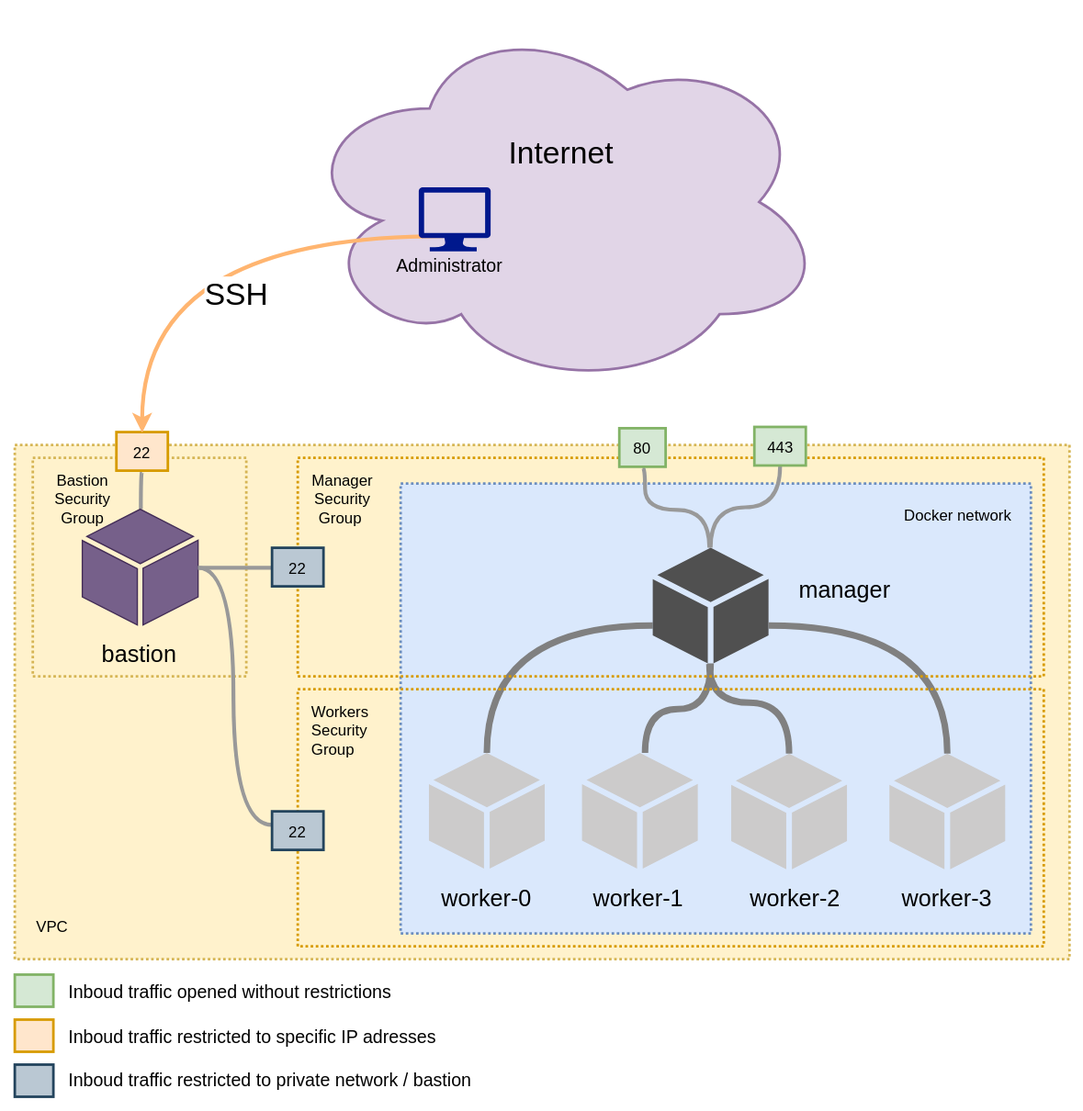
This is docs/assets/bastion-architecture.svg from kalisio/kaabah, a draw.io export, as it was before one commit. Source tidied: cells renumbered, new cells last; positions are measured from the earlier drawing's top-left corner, leaving out a move shared by most shapes.
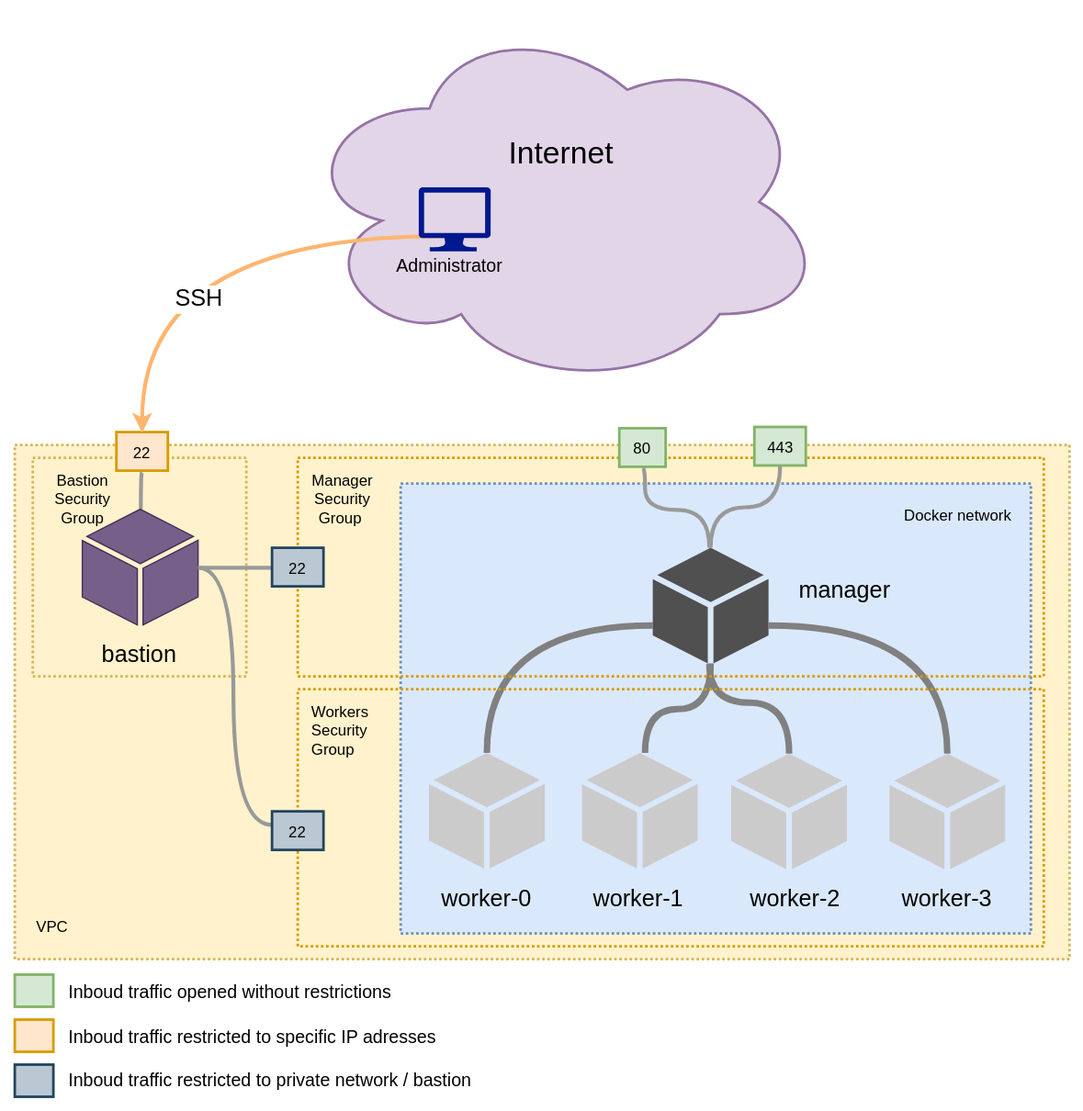
Later version of the same file.

The edit, as a diff of the source:
```diff
@@ -154,9 +154,9 @@
     <mxCell id="39" style="edgeStyle=orthogonalEdgeStyle;jettySize=auto;html=1;entryX=0.5;entryY=0;entryDx=0;entryDy=0;curved=1;strokeColor=#FFB570;strokeWidth=3;exitX=0.34;exitY=0.75;exitDx=0;exitDy=0;exitPerimeter=0;" parent="1" edge="1" source="41" target="32">
       <mxGeometry relative="1" as="geometry" />
     </mxCell>
-    <mxCell id="40" value="&lt;font style=&quot;font-size: 24px&quot;&gt;SSH&lt;/font&gt;" style="text;html=1;align=center;verticalAlign=middle;labelBackgroundColor=#ffffff;" parent="39" vertex="1">
+    <mxCell id="40" value="&lt;font style=&quot;font-size: 18px&quot;&gt;SSH&lt;/font&gt;" style="text;html=1;align=center;verticalAlign=middle;labelBackgroundColor=#ffffff;" parent="39" vertex="1">
       <mxGeometry x="-0.13" y="33" relative="1" as="geometry">
-        <mxPoint x="8" y="11" as="offset" />
+        <mxPoint x="-21.5" y="15" as="offset" />
       </mxGeometry>
     </mxCell>
     <mxCell id="41" style="shadow=0;dashed=0;html=1;strokeColor=none;labelPosition=center;verticalLabelPosition=bottom;verticalAlign=top;align=center;fillColor=#00188D;shape=mxgraph.azure.computer;" parent="1" vertex="1">
```
